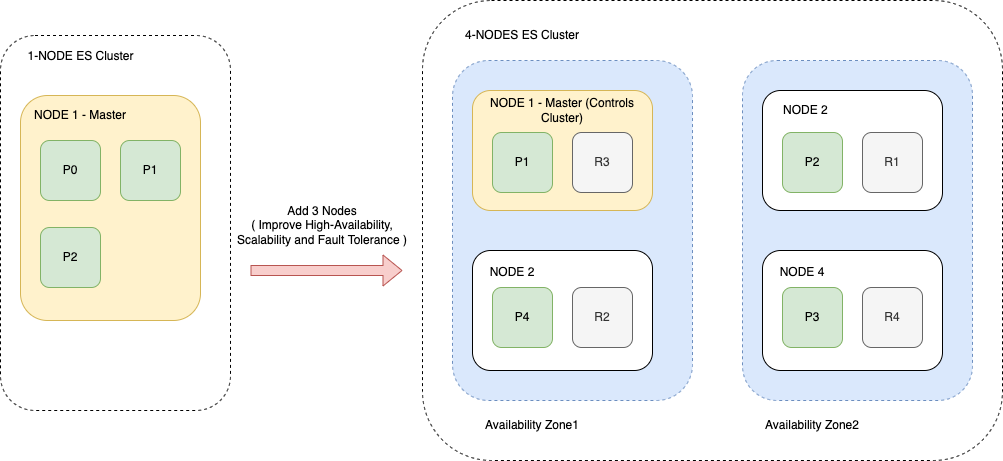
Anshul619/HLD-System-Designs keeps this draw.io diagram as src/1_HLDDesignComponents/3_DatabaseComponents/Search-Indexes/ElasticSearch/assests/ElasticSearch-Cluster.png. Above is the earlier version. Source tidied: cells renumbered, new cells last; positions are measured from the earlier drawing's top-left corner, leaving out a move shared by most shapes.
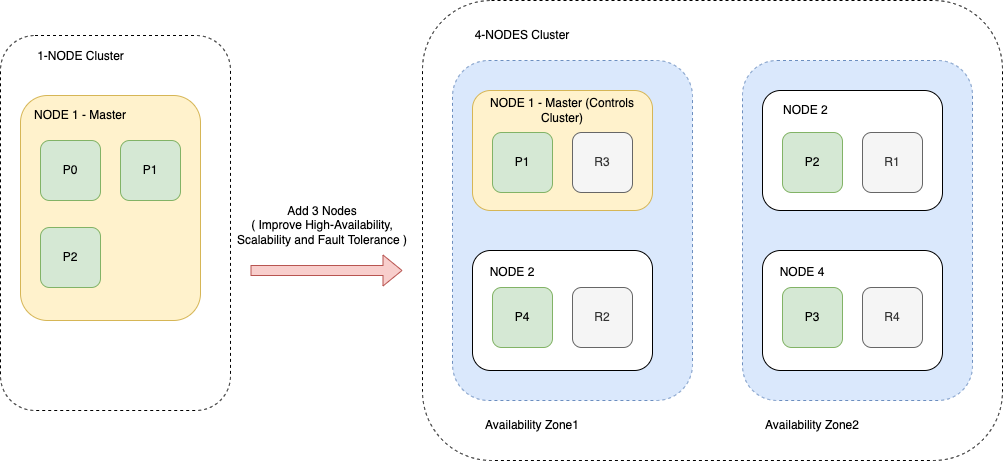
Above is the later version.

The edit, as a diff of the source:
```diff
@@ -50,7 +50,7 @@
     <mxCell id="17" value="P0" style="rounded=1;whiteSpace=wrap;html=1;fillColor=#d5e8d4;strokeColor=#82b366;" parent="1" vertex="1">
       <mxGeometry x="40" y="140" width="60" height="60" as="geometry" />
     </mxCell>
-    <mxCell id="18" value="1-NODE ES Cluster" style="text;html=1;strokeColor=none;fillColor=none;align=center;verticalAlign=middle;whiteSpace=wrap;rounded=0;dashed=1;" parent="1" vertex="1">
+    <mxCell id="18" value="1-NODE Cluster" style="text;html=1;strokeColor=none;fillColor=none;align=center;verticalAlign=middle;whiteSpace=wrap;rounded=0;dashed=1;" parent="1" vertex="1">
       <mxGeometry x="12.5" y="41" width="135" height="30" as="geometry" />
     </mxCell>
     <mxCell id="19" style="shape=flexArrow;endArrow=classic;html=1;rounded=0;fillColor=#f8cecc;strokeColor=#b85450;" parent="1" edge="1">
@@ -89,7 +89,7 @@
     <mxCell id="29" value="NODE 4" style="text;html=1;strokeColor=none;fillColor=none;align=center;verticalAlign=middle;whiteSpace=wrap;rounded=0;" parent="1" vertex="1">
       <mxGeometry x="772" y="257" width="60" height="30" as="geometry" />
     </mxCell>
-    <mxCell id="30" value="4-NODES ES Cluster" style="text;html=1;strokeColor=none;fillColor=none;align=center;verticalAlign=middle;whiteSpace=wrap;rounded=0;dashed=1;" parent="1" vertex="1">
+    <mxCell id="30" value="4-NODES Cluster" style="text;html=1;strokeColor=none;fillColor=none;align=center;verticalAlign=middle;whiteSpace=wrap;rounded=0;dashed=1;" parent="1" vertex="1">
       <mxGeometry x="462" y="20" width="120" height="30" as="geometry" />
     </mxCell>
     <mxCell id="31" value="Availability Zone1" style="text;html=1;strokeColor=none;fillColor=none;align=center;verticalAlign=middle;whiteSpace=wrap;rounded=0;dashed=1;" parent="1" vertex="1">
```
